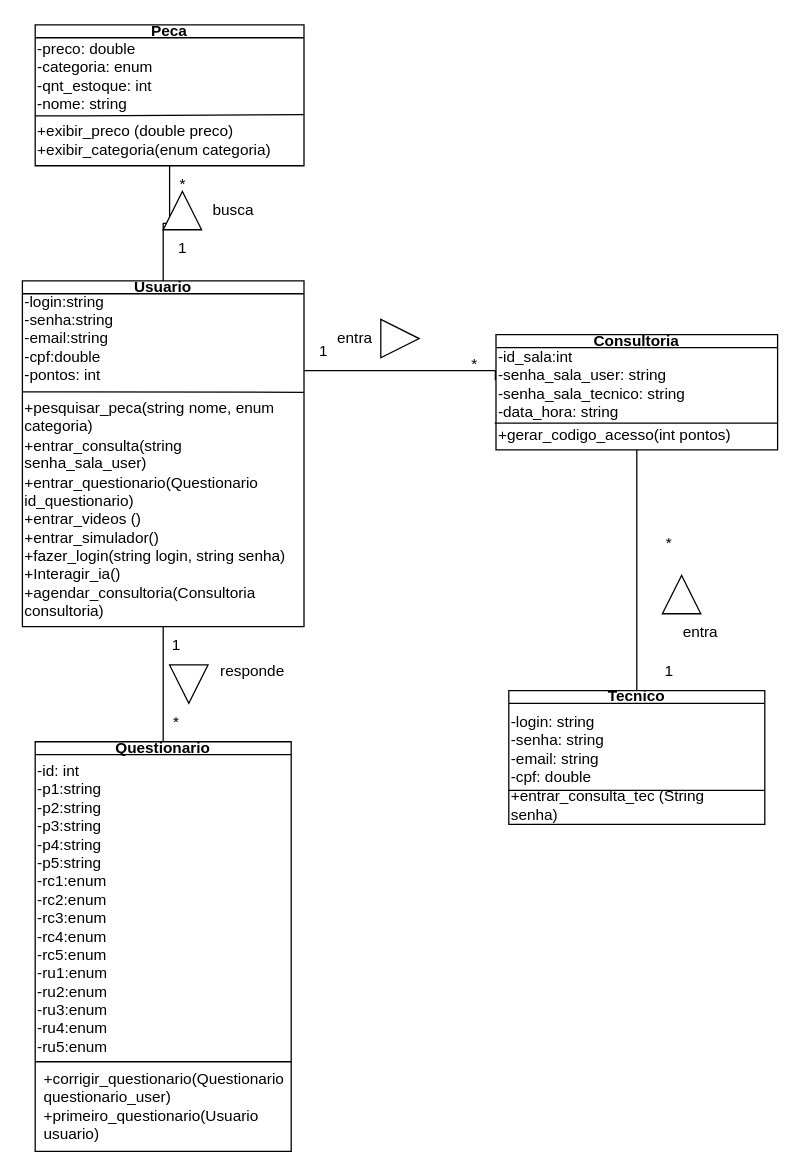
Before: page "Page-11" (11 of 12) of Diagrama sem nome.drawio in devguina/CEFET-Software_Engineering, a draw.io diagram. Source tidied: cells renumbered, new cells numbered last; positions are measured from the earlier drawing's top-left corner, leaving out a move shared by most shapes. Both pictures are drawn from the tidied source at 128%, with x=0, y=0 at pixel (22, 24).
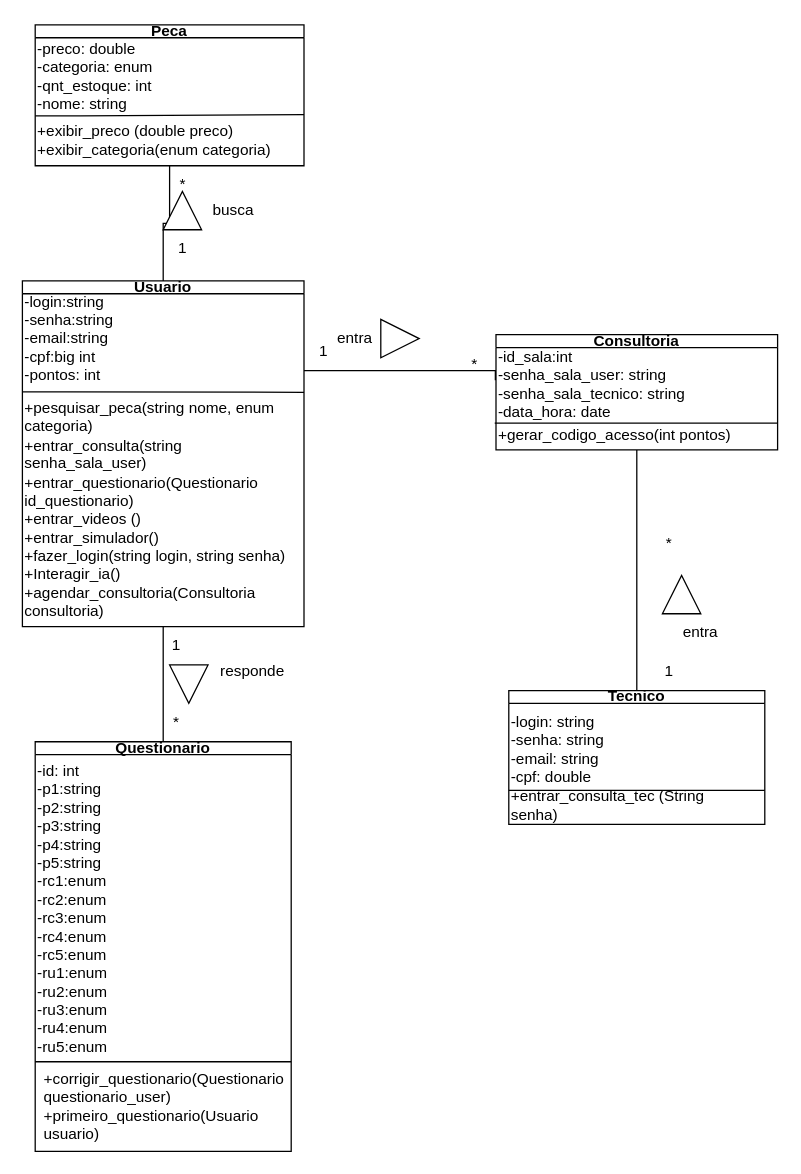
After the change.

The change refers to these unchanged cells:
```xml
<mxCell id="3" value="Usuario" style="swimlane;whiteSpace=wrap;html=1;startSize=10;" parent="1" vertex="1">
  <mxGeometry y="200" width="220" height="270" as="geometry" />
</mxCell>
<mxCell id="12" value="Consultoria" style="swimlane;whiteSpace=wrap;html=1;startSize=10;" parent="1" vertex="1">
  <mxGeometry x="370" y="242" width="220" height="90" as="geometry" />
</mxCell>
```

What changed in the source:
```diff
@@
-    <mxCell id="5" value="&lt;div&gt;-login:string&lt;/div&gt;&lt;div&gt;-senha:string&lt;/div&gt;&lt;div&gt;-email:string&lt;/div&gt;&lt;div&gt;-cpf:double&lt;/div&gt;&lt;div&gt;-pontos: int&lt;/div&gt;" style="text;html=1;align=left;verticalAlign=middle;strokeColor=none;fillColor=none;" parent="3" vertex="1">
+    <mxCell id="5" value="&lt;div&gt;-login:string&lt;/div&gt;&lt;div&gt;-senha:string&lt;/div&gt;&lt;div&gt;-email:string&lt;/div&gt;&lt;div&gt;-cpf:big int&lt;/div&gt;&lt;div&gt;-pontos: int&lt;/div&gt;" style="text;html=1;align=left;verticalAlign=middle;strokeColor=none;fillColor=none;" parent="3" vertex="1">
       <mxGeometry width="90" height="90" as="geometry" />
     </mxCell>
@@
-    <mxCell id="13" value="-id_sala:int&lt;div&gt;-senha_sala_user: string&lt;/div&gt;&lt;div&gt;-senha_sala_tecnico: string&lt;/div&gt;&lt;div&gt;-data_hora: string&lt;/div&gt;" style="text;html=1;align=left;verticalAlign=middle;points=[];strokeColor=none;fillColor=none;" parent="12" vertex="1">
+    <mxCell id="13" value="-id_sala:int&lt;div&gt;-senha_sala_user: string&lt;/div&gt;&lt;div&gt;-senha_sala_tecnico: string&lt;/div&gt;&lt;div&gt;-data_hora: date&lt;/div&gt;" style="text;html=1;align=left;verticalAlign=middle;points=[];strokeColor=none;fillColor=none;" parent="12" vertex="1">
       <mxGeometry y="4" width="170" height="70" as="geometry" />
     </mxCell>
```
